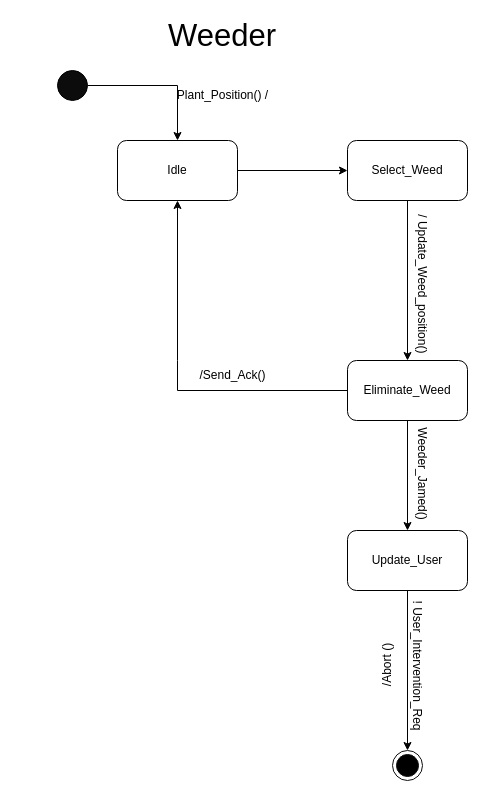
This is Final_Project_Documents/MUML_Diagrams/Weeder.drawio from VibhaHippargi/SVDSH_Precision_Farming, a draw.io file, before an edit. Source tidied: cells renumbered, new cells numbered last; positions are measured from the earlier drawing's top-left corner, leaving out a move shared by most shapes. Both pictures are drawn from the tidied source at 100%, with x=0, y=0 at pixel (17, 20).
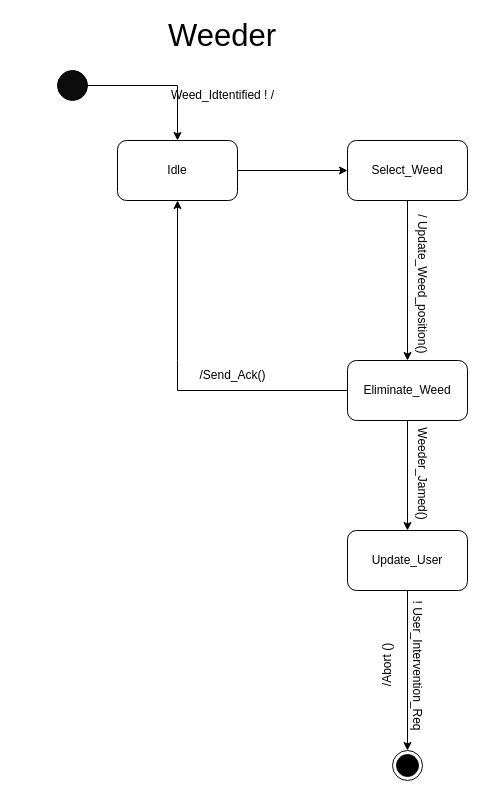
The same page after the edit.

Change to the diagram source:
```diff
@@
-    <mxCell id="6" value="Plant_Position() /" style="text;html=1;align=center;verticalAlign=middle;strokeColor=none;fillColor=none;" parent="1" vertex="1">
-      <mxGeometry x="150" y="60" width="110" height="30" as="geometry" />
+    <mxCell id="6" value="Weed_Idtentified ! /" style="text;html=1;align=center;verticalAlign=middle;strokeColor=none;fillColor=none;" parent="1" vertex="1">
+      <mxGeometry x="140" y="60" width="130" height="30" as="geometry" />
     </mxCell>
```
